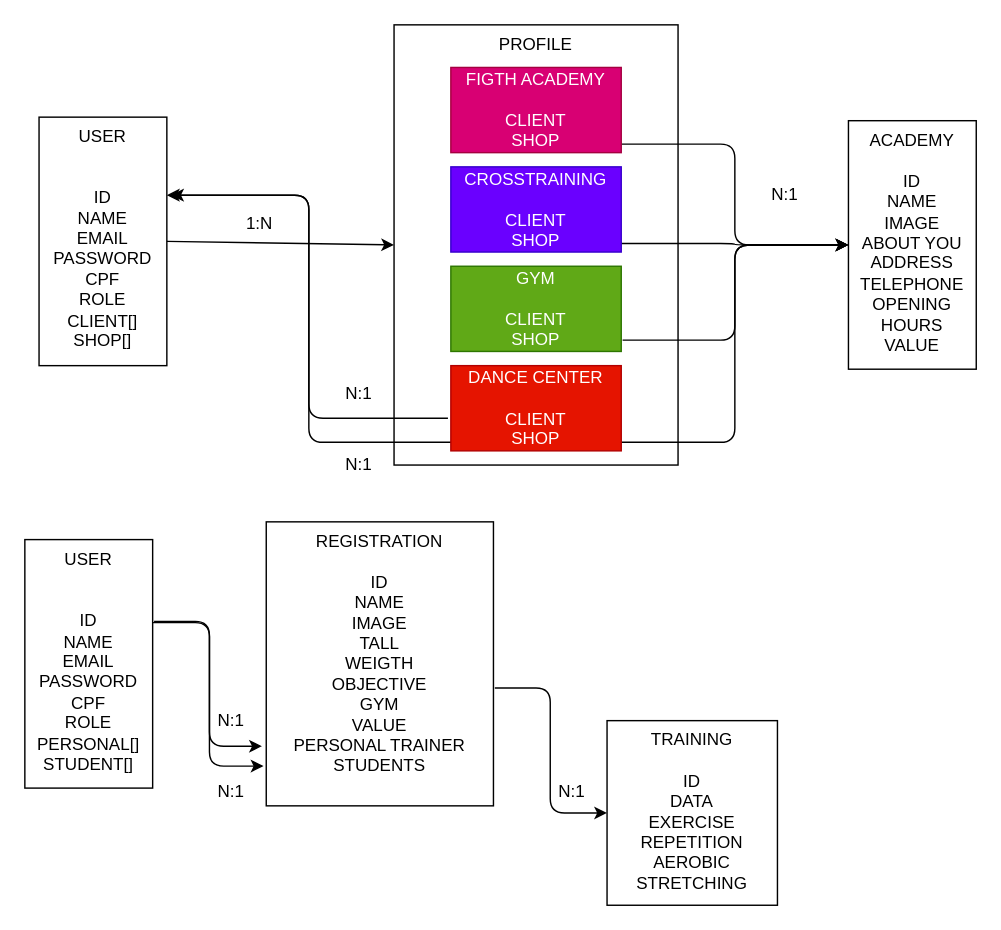
This is search-healthy/esquema.drawio from iuridantas/Search-healthy, a draw.io file, before an edit. Source tidied: cells renumbered, new cells numbered last; positions are measured from the earlier drawing's top-left corner, leaving out a move shared by most shapes. Both pictures are drawn from the tidied source at 142%, with x=0, y=0 at pixel (24, 24).
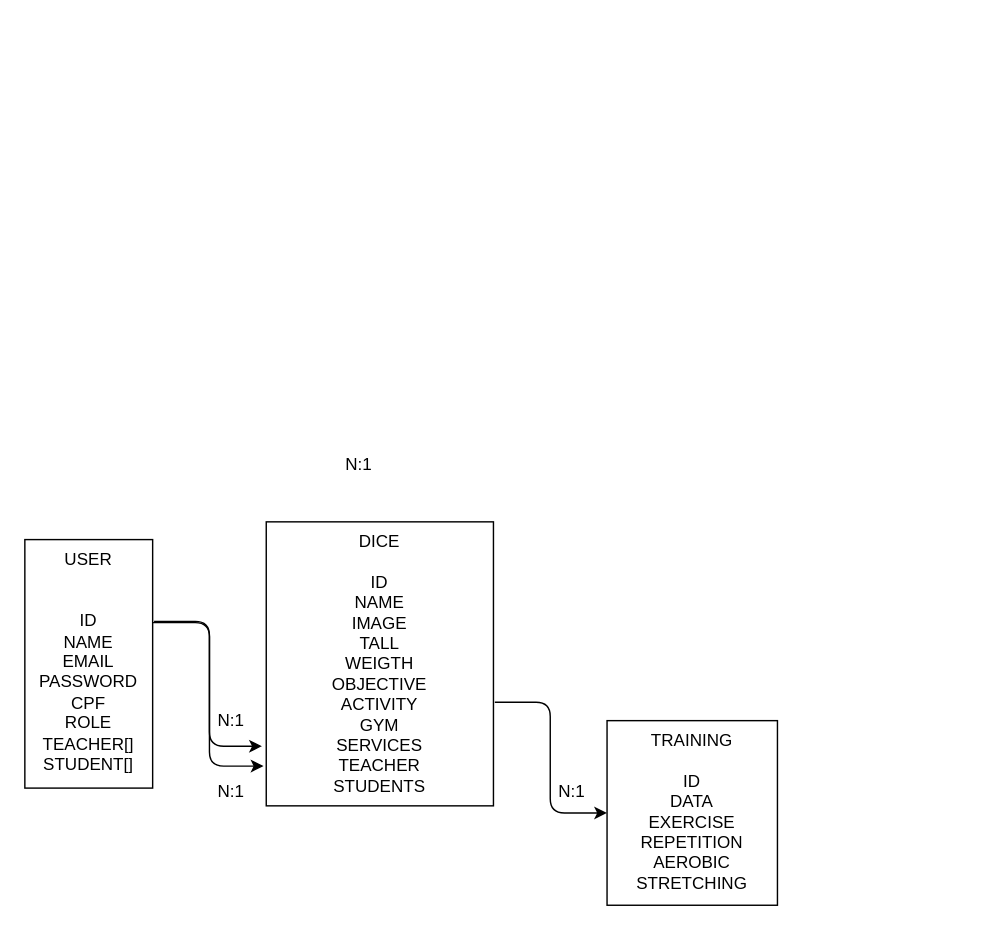
After the change.

Commit message (it also covers changes not shown here):
feat: create base structure dice

The change refers to these unchanged cells:
```xml
<mxCell id="25" value="TRAINING&lt;br&gt;&lt;br&gt;ID&lt;br&gt;DATA&lt;br&gt;EXERCISE&lt;br&gt;REPETITION&lt;br&gt;AEROBIC&lt;br&gt;STRETCHING" style="rounded=0;whiteSpace=wrap;html=1;fillColor=default;verticalAlign=top;" parent="1" vertex="1">
  <mxGeometry x="410" y="490" width="120" height="130" as="geometry" />
</mxCell>
```

What changed in the source:
```diff
@@
-    <mxCell id="2" value="PROFILE" style="rounded=0;whiteSpace=wrap;html=1;fillColor=default;verticalAlign=top;" parent="1" vertex="1">
-      <mxGeometry x="260" width="200" height="310" as="geometry" />
-    </mxCell>
-    <mxCell id="3" style="edgeStyle=none;html=1;exitX=1;exitY=0.5;exitDx=0;exitDy=0;entryX=0;entryY=0.5;entryDx=0;entryDy=0;" parent="1" edge="1" source="16" target="2">
-      <mxGeometry relative="1" as="geometry" />
-    </mxCell>
-    <mxCell id="4" style="edgeStyle=orthogonalEdgeStyle;rounded=1;html=1;fontColor=#FF0000;entryX=0;entryY=0.5;entryDx=0;entryDy=0;exitX=0.992;exitY=0.9;exitDx=0;exitDy=0;exitPerimeter=0;" parent="1" edge="1" source="5" target="17">
-      <mxGeometry relative="1" as="geometry" />
-    </mxCell>
-    <mxCell id="5" value="CROSSTRAINING&lt;br&gt;&lt;br&gt;CLIENT&lt;br&gt;SHOP" style="rounded=0;whiteSpace=wrap;html=1;fillColor=#6a00ff;fontColor=#ffffff;strokeColor=#3700CC;" parent="1" vertex="1">
-      <mxGeometry x="300" y="100" width="120" height="60" as="geometry" />
-    </mxCell>
-    <mxCell id="6" style="edgeStyle=orthogonalEdgeStyle;rounded=1;html=1;exitX=1;exitY=0.9;exitDx=0;exitDy=0;entryX=0;entryY=0.5;entryDx=0;entryDy=0;fontColor=#FF0000;exitPerimeter=0;" parent="1" edge="1" source="7" target="17">
-      <mxGeometry relative="1" as="geometry" />
-    </mxCell>
-    <mxCell id="7" value="FIGTH ACADEMY&lt;br&gt;&lt;br&gt;CLIENT&lt;br&gt;SHOP" style="rounded=0;whiteSpace=wrap;html=1;fillColor=#d80073;fontColor=#ffffff;strokeColor=#A50040;" parent="1" vertex="1">
-      <mxGeometry x="300" y="30" width="120" height="60" as="geometry" />
-    </mxCell>
-    <mxCell id="8" style="edgeStyle=orthogonalEdgeStyle;rounded=1;html=1;exitX=1.008;exitY=0.867;exitDx=0;exitDy=0;entryX=0;entryY=0.5;entryDx=0;entryDy=0;fontColor=#FF0000;exitPerimeter=0;" parent="1" edge="1" source="9" target="17">
-      <mxGeometry relative="1" as="geometry" />
-    </mxCell>
-    <mxCell id="9" value="GYM&lt;br&gt;&lt;br&gt;CLIENT&lt;br&gt;SHOP" style="rounded=0;whiteSpace=wrap;html=1;fillColor=#60a917;fontColor=#ffffff;strokeColor=#2D7600;" parent="1" vertex="1">
-      <mxGeometry x="300" y="170" width="120" height="60" as="geometry" />
-    </mxCell>
-    <mxCell id="10" style="edgeStyle=orthogonalEdgeStyle;rounded=1;html=1;exitX=0.992;exitY=0.9;exitDx=0;exitDy=0;entryX=0;entryY=0.5;entryDx=0;entryDy=0;fontColor=#FF0000;exitPerimeter=0;" parent="1" edge="1" source="13" target="17">
-      <mxGeometry relative="1" as="geometry" />
-    </mxCell>
-    <mxCell id="11" style="edgeStyle=orthogonalEdgeStyle;rounded=1;html=1;exitX=0.017;exitY=0.9;exitDx=0;exitDy=0;fontColor=#FF0000;exitPerimeter=0;entryX=1;entryY=0.314;entryDx=0;entryDy=0;entryPerimeter=0;" parent="1" edge="1" source="13" target="16">
-      <mxGeometry relative="1" as="geometry" />
-    </mxCell>
-    <mxCell id="12" style="edgeStyle=orthogonalEdgeStyle;rounded=1;html=1;exitX=-0.017;exitY=0.617;exitDx=0;exitDy=0;fontColor=#FF0000;exitPerimeter=0;entryX=1.033;entryY=0.314;entryDx=0;entryDy=0;entryPerimeter=0;" parent="1" edge="1" source="13" target="16">
-      <mxGeometry relative="1" as="geometry" />
-    </mxCell>
-    <mxCell id="13" value="DANCE CENTER&lt;br&gt;&lt;br&gt;CLIENT&lt;br&gt;SHOP" style="rounded=0;whiteSpace=wrap;html=1;fillColor=#e51400;fontColor=#ffffff;strokeColor=#B20000;" parent="1" vertex="1">
-      <mxGeometry x="300" y="240" width="120" height="60" as="geometry" />
-    </mxCell>
-    <mxCell id="14" value="1:N" style="text;html=1;align=center;verticalAlign=middle;strokeColor=none;fillColor=none;" parent="1" vertex="1">
-      <mxGeometry x="150" y="130" width="30" height="20" as="geometry" />
-    </mxCell>
-    <mxCell id="15" value="N:1" style="text;html=1;align=center;verticalAlign=middle;" parent="1" vertex="1">
-      <mxGeometry x="520" y="110" width="30" height="20" as="geometry" />
-    </mxCell>
-    <mxCell id="16" value="USER&lt;br&gt;&lt;br&gt;&lt;br&gt;ID&lt;br&gt;NAME&lt;br&gt;EMAIL&lt;br&gt;PASSWORD&lt;br&gt;CPF&lt;br&gt;ROLE&lt;br&gt;CLIENT[]&lt;br&gt;SHOP[]" style="rounded=0;whiteSpace=wrap;html=1;fillColor=default;verticalAlign=top;" parent="1" vertex="1">
-      <mxGeometry x="10" y="65" width="90" height="175" as="geometry" />
-    </mxCell>
-    <mxCell id="17" value="ACADEMY&lt;br&gt;&lt;br&gt;ID&lt;br&gt;NAME&lt;br&gt;IMAGE&lt;br&gt;ABOUT YOU&lt;br&gt;ADDRESS&lt;br&gt;TELEPHONE&lt;br&gt;OPENING HOURS&lt;br&gt;VALUE" style="rounded=0;whiteSpace=wrap;html=1;fillColor=default;verticalAlign=top;" parent="1" vertex="1">
-      <mxGeometry x="580" y="67.5" width="90" height="175" as="geometry" />
-    </mxCell>
-    <mxCell id="18" value="N:1" style="text;html=1;align=center;verticalAlign=middle;strokeColor=none;fillColor=none;" parent="1" vertex="1">
-      <mxGeometry x="220" y="250" width="30" height="20" as="geometry" />
-    </mxCell>
@@
-    <mxCell id="22" value="USER&lt;br&gt;&lt;br&gt;&lt;br&gt;ID&lt;br&gt;NAME&lt;br&gt;EMAIL&lt;br&gt;PASSWORD&lt;br&gt;CPF&lt;br&gt;ROLE&lt;br&gt;PERSONAL[]&lt;br&gt;STUDENT[]" style="rounded=0;whiteSpace=wrap;html=1;fillColor=default;verticalAlign=top;" parent="1" vertex="1">
+    <mxCell id="22" value="USER&lt;br&gt;&lt;br&gt;&lt;br&gt;ID&lt;br&gt;NAME&lt;br&gt;EMAIL&lt;br&gt;PASSWORD&lt;br&gt;CPF&lt;br&gt;ROLE&lt;br&gt;TEACHER[]&lt;br&gt;STUDENT[]" style="rounded=0;whiteSpace=wrap;html=1;fillColor=default;verticalAlign=top;" parent="1" vertex="1">
       <mxGeometry y="362.5" width="90" height="175" as="geometry" />
     </mxCell>
-    <mxCell id="23" style="edgeStyle=orthogonalEdgeStyle;html=1;exitX=1.006;exitY=0.585;exitDx=0;exitDy=0;entryX=0;entryY=0.5;entryDx=0;entryDy=0;exitPerimeter=0;" parent="1" edge="1" source="24" target="25">
+    <mxCell id="23" style="edgeStyle=orthogonalEdgeStyle;html=1;entryX=0;entryY=0.5;entryDx=0;entryDy=0;exitX=1.006;exitY=0.635;exitDx=0;exitDy=0;exitPerimeter=0;" parent="1" edge="1" source="24" target="25">
       <mxGeometry relative="1" as="geometry" />
     </mxCell>
-    <mxCell id="24" value="REGISTRATION&lt;br&gt;&lt;br&gt;ID&lt;br&gt;NAME&lt;br&gt;IMAGE&lt;br&gt;TALL&lt;br&gt;WEIGTH&lt;br&gt;OBJECTIVE&lt;br&gt;GYM&lt;br&gt;VALUE&lt;br&gt;PERSONAL TRAINER&lt;br&gt;STUDENTS" style="rounded=0;whiteSpace=wrap;html=1;fillColor=default;verticalAlign=top;" parent="1" vertex="1">
+    <mxCell id="24" value="DICE&lt;br&gt;&lt;br&gt;ID&lt;br&gt;NAME&lt;br&gt;IMAGE&lt;br&gt;TALL&lt;br&gt;WEIGTH&lt;br&gt;OBJECTIVE&lt;br&gt;ACTIVITY&lt;br&gt;GYM&lt;br&gt;SERVICES&lt;br&gt;TEACHER&lt;br&gt;STUDENTS" style="rounded=0;whiteSpace=wrap;html=1;fillColor=default;verticalAlign=top;" parent="1" vertex="1">
       <mxGeometry x="170" y="350" width="160" height="200" as="geometry" />
     </mxCell>
```
